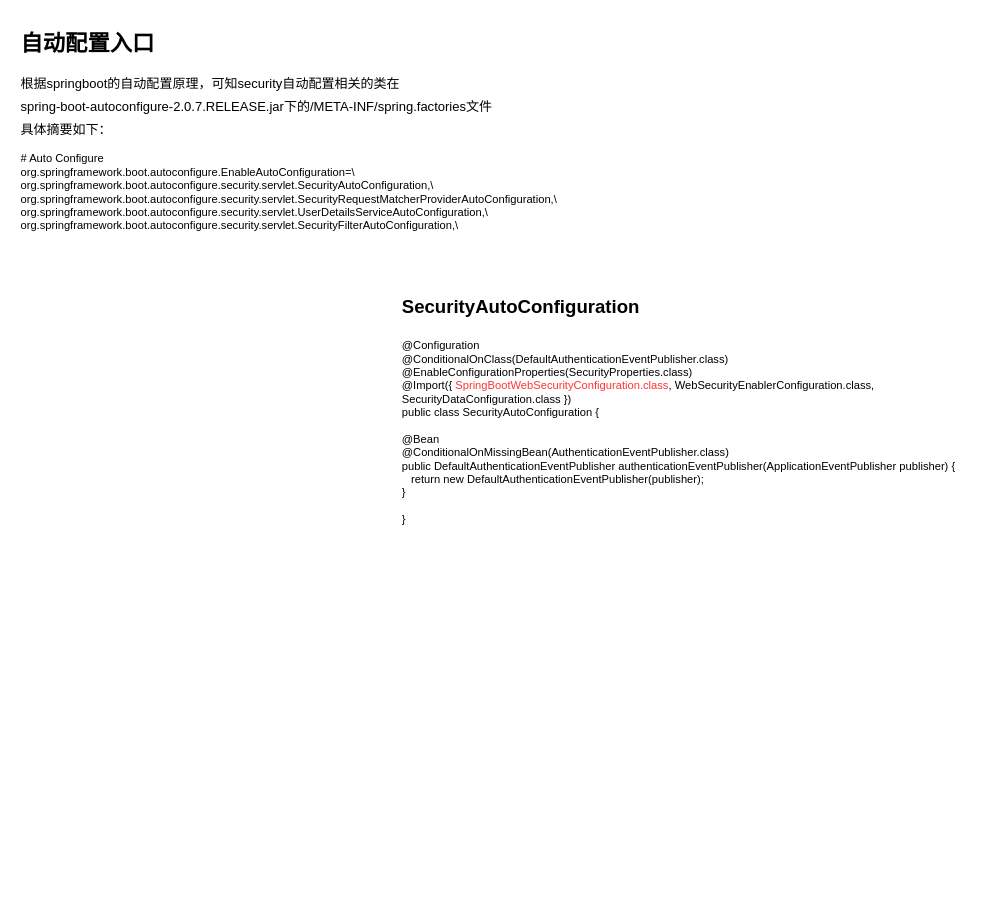
Earlier version of the draw.io diagram springboot-security.drawio (quanqiang-li/draw). Source tidied: cells renumbered, new cells numbered last; positions are measured from the earlier drawing's top-left corner, leaving out a move shared by most shapes. Both pictures are drawn from the tidied source at 93%, with x=0, y=0 at pixel (16, 25).
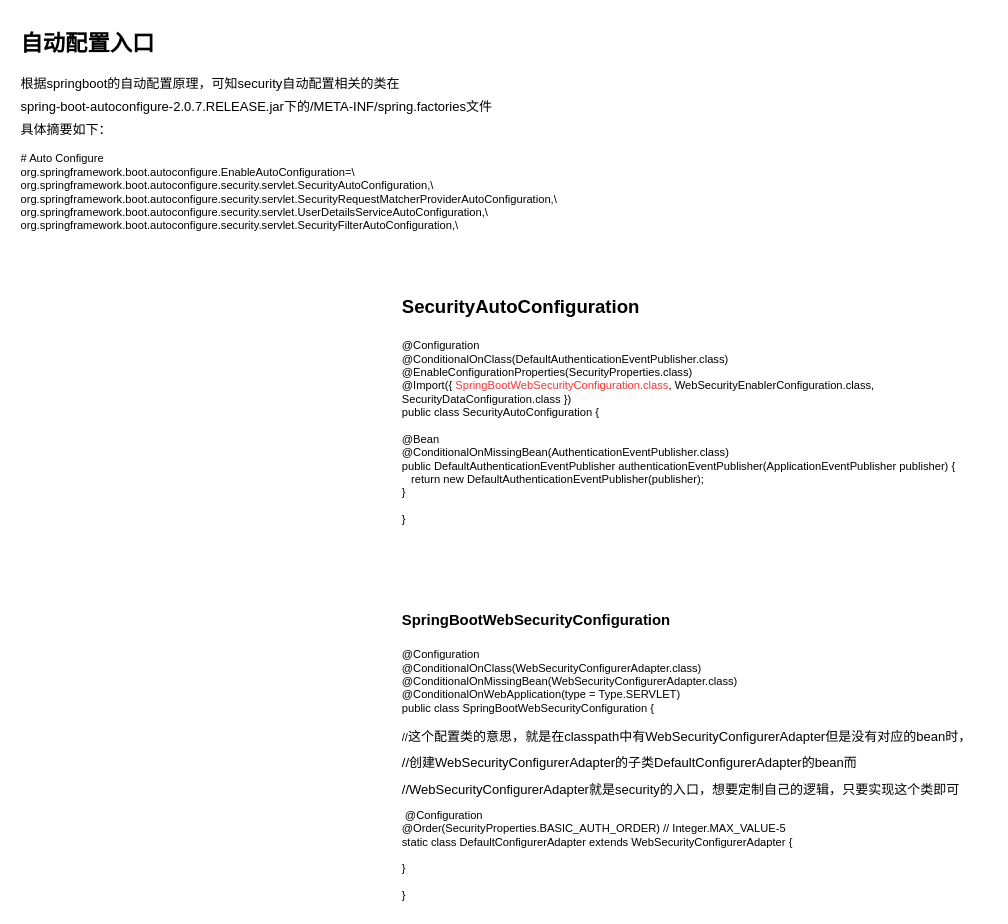
Above is the later version.

The edit, as a diff of the source:
```diff
@@
 <mxGraphModel>
   <root>
     <mxCell id="0" />
     <mxCell id="1" parent="0" />
     <mxCell id="2" value="&lt;h1&gt;自动配置入口&lt;/h1&gt;&lt;div style=&quot;white-space: pre-wrap ; line-height: 1.75 ; font-size: 14px&quot;&gt;根据springboot的自动配置原理，可知security自动配置相关的类在&lt;/div&gt;&lt;div style=&quot;white-space: pre-wrap ; line-height: 1.75 ; font-size: 14px&quot;&gt;spring-boot-autoconfigure-2.0.7.RELEASE.jar下的/META-INF/spring.factories文件&lt;/div&gt;&lt;div style=&quot;white-space: pre-wrap ; line-height: 1.75 ; font-size: 14px&quot;&gt;具体摘要如下：&lt;/div&gt;&lt;p&gt;# Auto Configure&lt;br&gt;org.springframework.boot.autoconfigure.EnableAutoConfiguration=\&lt;br&gt;org.springframework.boot.autoconfigure.security.servlet.SecurityAutoConfiguration,\&lt;br&gt;org.springframework.boot.autoconfigure.security.servlet.SecurityRequestMatcherProviderAutoConfiguration,\&lt;br&gt;org.springframework.boot.autoconfigure.security.servlet.UserDetailsServiceAutoConfiguration,\&lt;br&gt;org.springframework.boot.autoconfigure.security.servlet.SecurityFilterAutoConfiguration,\&lt;br&gt;&lt;/p&gt;" style="text;html=1;strokeColor=none;fillColor=none;spacing=5;spacingTop=-20;whiteSpace=wrap;overflow=hidden;rounded=0;align=left;" parent="1" vertex="1">
       <mxGeometry width="610" height="240" as="geometry" />
     </mxCell>
     <mxCell id="3" value="&lt;h1&gt;&lt;div id=&quot;1073-1565658174867&quot; style=&quot;white-space: pre-wrap ; line-height: 1.75 ; font-size: 14px&quot;&gt;&lt;span style=&quot;font-size: 20px&quot;&gt;SecurityAutoConfiguration&lt;/span&gt;&lt;/div&gt;&lt;/h1&gt;&lt;p&gt;@Configuration&lt;br&gt;@ConditionalOnClass(DefaultAuthenticationEventPublisher.class)&lt;br&gt;@EnableConfigurationProperties(SecurityProperties.class)&lt;br&gt;@Import({ &lt;font color=&quot;#ff3333&quot;&gt;SpringBootWebSecurityConfiguration.class&lt;/font&gt;, WebSecurityEnablerConfiguration.class,&lt;br&gt;&#9;&#9;SecurityDataConfiguration.class })&lt;br&gt;public class SecurityAutoConfiguration {&lt;br&gt;&lt;br&gt;&#9;@Bean&lt;br&gt;&#9;@ConditionalOnMissingBean(AuthenticationEventPublisher.class)&lt;br&gt;&#9;public DefaultAuthenticationEventPublisher authenticationEventPublisher(ApplicationEventPublisher publisher) {&lt;br&gt;&amp;nbsp; &amp;nbsp;return new DefaultAuthenticationEventPublisher(publisher);&lt;br&gt;&#9;}&lt;br&gt;&lt;br&gt;}&lt;br&gt;&lt;/p&gt;" style="text;html=1;strokeColor=none;fillColor=none;spacing=5;spacingTop=-20;whiteSpace=wrap;overflow=hidden;rounded=0;align=left;" parent="1" vertex="1">
       <mxGeometry x="410" y="280" width="640" height="260" as="geometry" />
     </mxCell>
+    <mxCell id="4" value="&lt;h1&gt;&lt;div id=&quot;2659-1565657653636&quot; style=&quot;white-space: pre-wrap ; line-height: 1.75 ; font-size: 14px&quot;&gt;&lt;span style=&quot;font-size: 16px&quot;&gt;SpringBootWebSecurityConfiguration&lt;/span&gt;&lt;/div&gt;&lt;/h1&gt;&lt;p&gt;@Configuration&lt;br&gt;@ConditionalOnClass(WebSecurityConfigurerAdapter.class)&lt;br&gt;@ConditionalOnMissingBean(WebSecurityConfigurerAdapter.class)&lt;br&gt;@ConditionalOnWebApplication(type = Type.SERVLET)&lt;br&gt;public class SpringBootWebSecurityConfiguration {&lt;br&gt;&lt;br&gt;//&lt;span style=&quot;font-size: 14px ; white-space: pre-wrap&quot;&gt;这个配置类的意思，就是在classpath中有WebSecurityConfigurerAdapter但是没有对应的bean时，&lt;/span&gt;&lt;/p&gt;&lt;p&gt;&lt;span style=&quot;font-size: 14px ; white-space: pre-wrap&quot;&gt;//创建WebSecurityConfigurerAdapter的子类DefaultConfigurerAdapter的bean&lt;/span&gt;&lt;span style=&quot;font-size: 14px ; white-space: pre-wrap&quot;&gt;而&lt;/span&gt;&lt;/p&gt;&lt;p&gt;&lt;span style=&quot;font-size: 14px ; white-space: pre-wrap&quot;&gt;//WebSecurityConfigurerAdapter就是security的入口，想要定制自己的逻辑，只要实现这个类即可&lt;/span&gt;&lt;/p&gt;&lt;p&gt;&amp;nbsp;@Configuration&lt;br&gt;&#9;@Order(SecurityProperties.BASIC_AUTH_ORDER) // Integer.MAX_VALUE-5&lt;br&gt;&#9;static class DefaultConfigurerAdapter extends WebSecurityConfigurerAdapter {&lt;br&gt;&lt;br&gt;&#9;}&lt;br&gt;&lt;br&gt;}&lt;br&gt;&lt;/p&gt;" style="text;html=1;strokeColor=none;fillColor=none;spacing=5;spacingTop=-20;whiteSpace=wrap;overflow=hidden;rounded=0;align=left;" parent="1" vertex="1">
+      <mxGeometry x="410" y="620" width="640" height="330" as="geometry" />
+    </mxCell>
   </root>
 </mxGraphModel>
```
